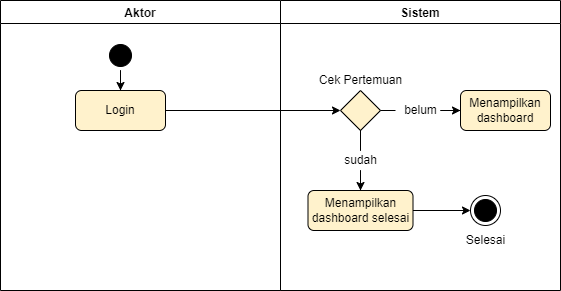
The draw.io diagram Diagrams/Activity Diagram Registered/AD_Dashboard_Registered.png in Zkavolo/Classico-Project, before a commit. Source tidied: cells renumbered, new cells last; positions are measured from the earlier drawing's top-left corner, leaving out a move shared by most shapes. Its diagram source:
```xml
<mxGraphModel>
  <root>
    <mxCell id="0" />
    <mxCell id="1" parent="0" />
    <mxCell id="2" value="Aktor" style="swimlane;" parent="1" vertex="1">
      <mxGeometry width="280" height="290" as="geometry" />
    </mxCell>
    <mxCell id="3" style="edgeStyle=orthogonalEdgeStyle;rounded=0;jettySize=auto;html=1;" parent="2" edge="1" source="4" target="5">
      <mxGeometry relative="1" as="geometry" />
    </mxCell>
    <mxCell id="4" style="ellipse;html=1;shape=startState;fillColor=#000000;strokeColor=default;" parent="2" vertex="1">
      <mxGeometry x="105" y="40" width="30" height="30" as="geometry" />
    </mxCell>
    <mxCell id="5" value="Login" style="rounded=1;whiteSpace=wrap;html=1;fillColor=#fff2cc;strokeColor=#000000;gradientColor=none;" parent="2" vertex="1">
      <mxGeometry x="75" y="90" width="90" height="40" as="geometry" />
    </mxCell>
    <mxCell id="6" value="Sistem" style="swimlane;" parent="1" vertex="1">
      <mxGeometry x="280" width="280" height="290" as="geometry" />
    </mxCell>
    <mxCell id="7" style="edgeStyle=orthogonalEdgeStyle;rounded=0;jettySize=auto;html=1;entryX=0.5;entryY=0;entryDx=0;entryDy=0;startArrow=none;" parent="6" edge="1" source="14" target="13">
      <mxGeometry relative="1" as="geometry" />
    </mxCell>
    <mxCell id="8" style="edgeStyle=orthogonalEdgeStyle;rounded=0;jettySize=auto;html=1;entryX=0;entryY=0.5;entryDx=0;entryDy=0;startArrow=none;" parent="6" edge="1" source="16" target="11">
      <mxGeometry relative="1" as="geometry" />
    </mxCell>
    <mxCell id="9" style="rhombus;whiteSpace=wrap;html=1;fillColor=#fff2cc;strokeColor=default;" parent="6" vertex="1">
      <mxGeometry x="60" y="90" width="40" height="40" as="geometry" />
    </mxCell>
    <mxCell id="10" value="Cek Pertemuan" style="text;html=1;align=center;verticalAlign=middle;strokeColor=none;fillColor=none;" parent="6" vertex="1">
      <mxGeometry x="30" y="70" width="100" height="20" as="geometry" />
    </mxCell>
    <mxCell id="11" value="Menampilkan dashboard" style="rounded=1;whiteSpace=wrap;html=1;fillColor=#fff2cc;strokeColor=#000000;gradientColor=none;" parent="6" vertex="1">
      <mxGeometry x="180" y="90" width="90" height="40" as="geometry" />
    </mxCell>
    <mxCell id="12" style="edgeStyle=orthogonalEdgeStyle;rounded=0;jettySize=auto;html=1;" parent="6" edge="1" source="13" target="18">
      <mxGeometry relative="1" as="geometry" />
    </mxCell>
    <mxCell id="13" value="Menampilkan dashboard selesai" style="rounded=1;whiteSpace=wrap;html=1;fillColor=#fff2cc;strokeColor=#000000;gradientColor=none;" parent="6" vertex="1">
      <mxGeometry x="27.5" y="190" width="105" height="40" as="geometry" />
    </mxCell>
    <mxCell id="14" value="sudah" style="text;html=1;align=center;verticalAlign=middle;points=[];strokeColor=none;fillColor=none;" parent="6" vertex="1">
      <mxGeometry x="55" y="150" width="50" height="20" as="geometry" />
    </mxCell>
    <mxCell id="15" style="edgeStyle=orthogonalEdgeStyle;rounded=0;jettySize=auto;html=1;entryX=0.5;entryY=0;entryDx=0;entryDy=0;endArrow=none;" parent="6" edge="1" source="9" target="14">
      <mxGeometry relative="1" as="geometry" />
    </mxCell>
    <mxCell id="16" value="belum" style="text;html=1;align=center;verticalAlign=middle;points=[];strokeColor=none;fillColor=none;" parent="6" vertex="1">
      <mxGeometry x="115" y="100" width="50" height="20" as="geometry" />
    </mxCell>
    <mxCell id="17" style="edgeStyle=orthogonalEdgeStyle;rounded=0;jettySize=auto;html=1;entryX=0;entryY=0.5;entryDx=0;entryDy=0;endArrow=none;" parent="6" edge="1" target="16">
      <mxGeometry relative="1" as="geometry">
        <mxPoint x="100" y="110" as="sourcePoint" />
      </mxGeometry>
    </mxCell>
    <mxCell id="18" style="ellipse;html=1;shape=endState;fillColor=#000000;strokeColor=default;" parent="6" vertex="1">
      <mxGeometry x="190" y="195" width="30" height="30" as="geometry" />
    </mxCell>
    <mxCell id="19" value="Selesai" style="text;html=1;align=center;verticalAlign=middle;strokeColor=none;fillColor=none;" parent="6" vertex="1">
      <mxGeometry x="180" y="230" width="50" height="20" as="geometry" />
    </mxCell>
    <mxCell id="20" style="edgeStyle=orthogonalEdgeStyle;rounded=0;jettySize=auto;html=1;entryX=0;entryY=0.5;entryDx=0;entryDy=0;" parent="1" edge="1" source="5" target="9">
      <mxGeometry relative="1" as="geometry" />
    </mxCell>
  </root>
</mxGraphModel>
```
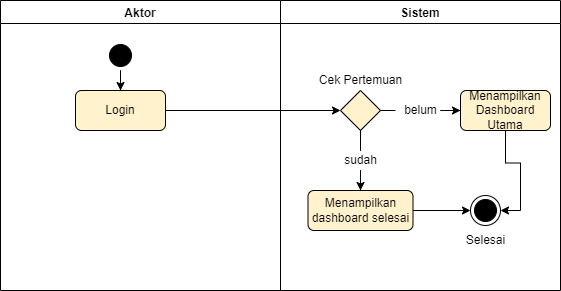
The same diagram one commit later.

The edit, as a diff of the source:
```diff
@@ -29,7 +29,10 @@
     <mxCell id="10" value="Cek Pertemuan" style="text;html=1;align=center;verticalAlign=middle;strokeColor=none;fillColor=none;" parent="6" vertex="1">
       <mxGeometry x="30" y="70" width="100" height="20" as="geometry" />
     </mxCell>
+    <mxCell id="21" style="edgeStyle=orthogonalEdgeStyle;rounded=0;jettySize=auto;html=1;entryX=1;entryY=0.5;entryDx=0;entryDy=0;" parent="6" edge="1" source="11" target="18">
+      <mxGeometry relative="1" as="geometry" />
+    </mxCell>
-    <mxCell id="11" value="Menampilkan dashboard" style="rounded=1;whiteSpace=wrap;html=1;fillColor=#fff2cc;strokeColor=#000000;gradientColor=none;" parent="6" vertex="1">
+    <mxCell id="11" value="Menampilkan Dashboard Utama" style="rounded=1;whiteSpace=wrap;html=1;fillColor=#fff2cc;strokeColor=#000000;gradientColor=none;" parent="6" vertex="1">
       <mxGeometry x="180" y="90" width="90" height="40" as="geometry" />
     </mxCell>
     <mxCell id="12" style="edgeStyle=orthogonalEdgeStyle;rounded=0;jettySize=auto;html=1;" parent="6" edge="1" source="13" target="18">
```
